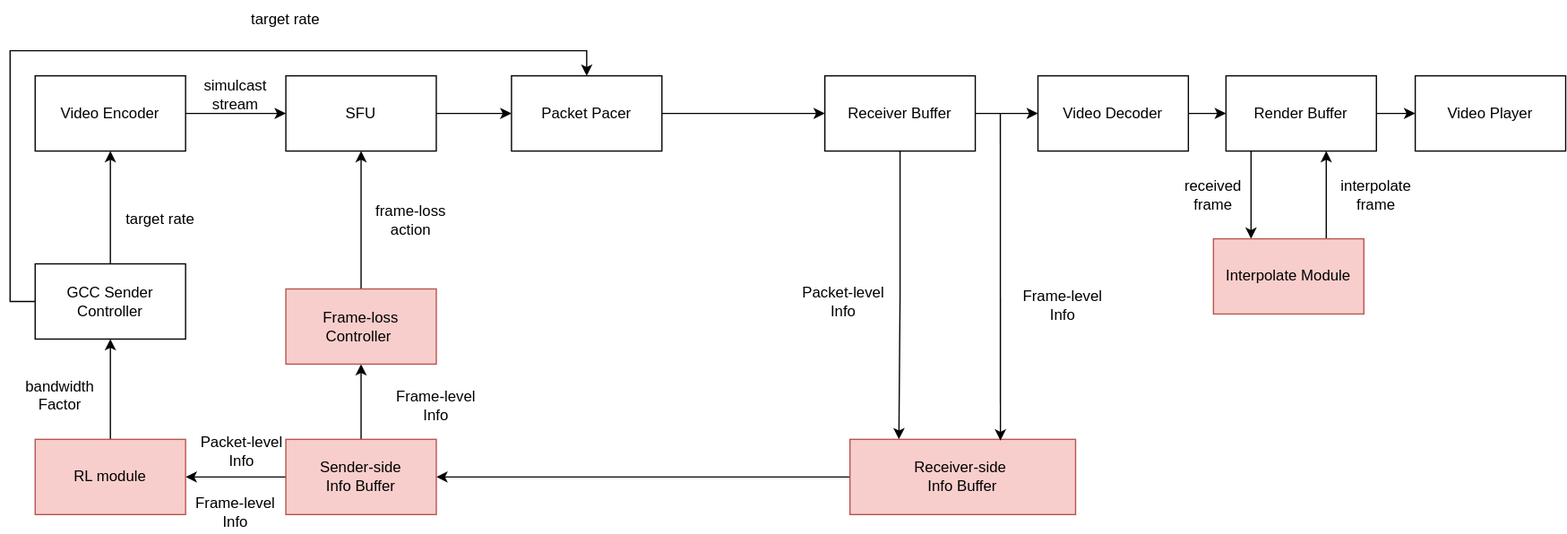
Earlier version of the draw.io export system.drawio.svg (xiaosayin/c-educoder). Source tidied: cells renumbered, new cells last; positions are measured from the earlier drawing's top-left corner, leaving out a move shared by most shapes.
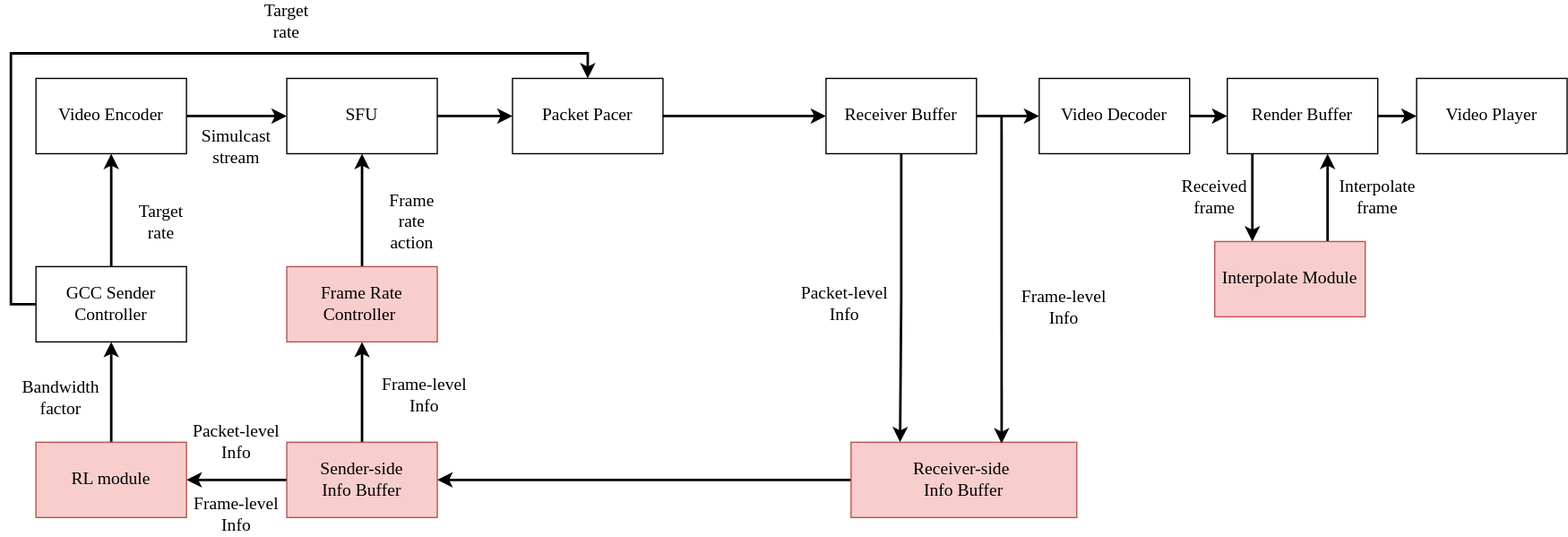
Above is the later version.

Diff of the diagram source:
```diff
@@ -2,28 +2,28 @@
   <root>
     <mxCell id="0" />
     <mxCell id="1" parent="0" />
-    <mxCell id="2" style="edgeStyle=orthogonalEdgeStyle;rounded=0;jettySize=auto;html=1;" parent="1" edge="1" source="3" target="5">
+    <mxCell id="2" style="edgeStyle=orthogonalEdgeStyle;rounded=0;jettySize=auto;html=1;strokeWidth=2;" parent="1" edge="1" source="3" target="5">
       <mxGeometry relative="1" as="geometry" />
     </mxCell>
-    <mxCell id="3" value="Video Encoder" style="rounded=0;whiteSpace=wrap;html=1;" parent="1" vertex="1">
+    <mxCell id="3" value="&lt;font style=&quot;font-size: 14px;&quot; face=&quot;Times New Roman&quot;&gt;Video Encoder&lt;/font&gt;" style="rounded=0;whiteSpace=wrap;html=1;" parent="1" vertex="1">
       <mxGeometry x="10" y="60" width="120" height="60" as="geometry" />
     </mxCell>
-    <mxCell id="4" style="edgeStyle=orthogonalEdgeStyle;rounded=0;jettySize=auto;html=1;" parent="1" edge="1" source="5" target="8">
+    <mxCell id="4" style="edgeStyle=orthogonalEdgeStyle;rounded=0;jettySize=auto;html=1;strokeWidth=2;" parent="1" edge="1" source="5" target="8">
       <mxGeometry relative="1" as="geometry" />
     </mxCell>
-    <mxCell id="5" value="SFU" style="rounded=0;whiteSpace=wrap;html=1;" parent="1" vertex="1">
+    <mxCell id="5" value="&lt;font face=&quot;Times New Roman&quot; style=&quot;font-size: 14px;&quot;&gt;SFU&lt;/font&gt;" style="rounded=0;whiteSpace=wrap;html=1;" parent="1" vertex="1">
       <mxGeometry x="210" y="60" width="120" height="60" as="geometry" />
     </mxCell>
-    <mxCell id="6" value="simulcast stream" style="text;html=1;strokeColor=none;fillColor=none;align=center;verticalAlign=middle;whiteSpace=wrap;rounded=0;" parent="1" vertex="1">
-      <mxGeometry x="140" y="60" width="60" height="30" as="geometry" />
+    <mxCell id="6" value="&lt;font style=&quot;font-size: 14px;&quot; face=&quot;Times New Roman&quot;&gt;Simulcast stream&lt;/font&gt;" style="text;html=1;strokeColor=none;fillColor=none;align=center;verticalAlign=middle;whiteSpace=wrap;rounded=0;" parent="1" vertex="1">
+      <mxGeometry x="140" y="100" width="60" height="30" as="geometry" />
     </mxCell>
-    <mxCell id="7" style="edgeStyle=orthogonalEdgeStyle;rounded=0;jettySize=auto;html=1;exitX=1;exitY=0.5;exitDx=0;exitDy=0;" parent="1" edge="1" source="8" target="11">
+    <mxCell id="7" style="edgeStyle=orthogonalEdgeStyle;rounded=0;jettySize=auto;html=1;exitX=1;exitY=0.5;exitDx=0;exitDy=0;strokeWidth=2;" parent="1" edge="1" source="8" target="11">
       <mxGeometry relative="1" as="geometry" />
     </mxCell>
-    <mxCell id="8" value="Packet Pacer" style="rounded=0;whiteSpace=wrap;html=1;" parent="1" vertex="1">
+    <mxCell id="8" value="&lt;font style=&quot;font-size: 14px;&quot; face=&quot;Times New Roman&quot;&gt;Packet Pacer&lt;/font&gt;" style="rounded=0;whiteSpace=wrap;html=1;" parent="1" vertex="1">
       <mxGeometry x="390" y="60" width="120" height="60" as="geometry" />
     </mxCell>
-    <mxCell id="9" style="edgeStyle=orthogonalEdgeStyle;rounded=0;jettySize=auto;html=1;" parent="1" edge="1" source="11" target="13">
+    <mxCell id="9" style="edgeStyle=orthogonalEdgeStyle;rounded=0;jettySize=auto;html=1;strokeWidth=2;" parent="1" edge="1" source="11" target="13">
       <mxGeometry relative="1" as="geometry">
         <Array as="points">
           <mxPoint x="790" y="90" />
@@ -31,19 +31,19 @@
         </Array>
       </mxGeometry>
     </mxCell>
-    <mxCell id="10" style="edgeStyle=orthogonalEdgeStyle;rounded=0;jettySize=auto;html=1;exitX=0.5;exitY=1;exitDx=0;exitDy=0;entryX=0.217;entryY=0;entryDx=0;entryDy=0;entryPerimeter=0;" parent="1" edge="1" source="11" target="23">
+    <mxCell id="10" style="edgeStyle=orthogonalEdgeStyle;rounded=0;jettySize=auto;html=1;exitX=0.5;exitY=1;exitDx=0;exitDy=0;entryX=0.217;entryY=0;entryDx=0;entryDy=0;entryPerimeter=0;strokeWidth=2;" parent="1" edge="1" source="11" target="23">
       <mxGeometry relative="1" as="geometry" />
     </mxCell>
-    <mxCell id="11" value="Receiver Buffer" style="rounded=0;whiteSpace=wrap;html=1;" parent="1" vertex="1">
+    <mxCell id="11" value="&lt;font face=&quot;Times New Roman&quot; style=&quot;font-size: 14px;&quot;&gt;Receiver Buffer&lt;/font&gt;" style="rounded=0;whiteSpace=wrap;html=1;" parent="1" vertex="1">
       <mxGeometry x="640" y="60" width="120" height="60" as="geometry" />
     </mxCell>
-    <mxCell id="12" style="edgeStyle=orthogonalEdgeStyle;rounded=0;jettySize=auto;html=1;" parent="1" edge="1" source="13" target="16">
+    <mxCell id="12" style="edgeStyle=orthogonalEdgeStyle;rounded=0;jettySize=auto;html=1;strokeWidth=2;" parent="1" edge="1" source="13" target="16">
       <mxGeometry relative="1" as="geometry" />
     </mxCell>
-    <mxCell id="13" value="Video Decoder" style="rounded=0;whiteSpace=wrap;html=1;" parent="1" vertex="1">
+    <mxCell id="13" value="&lt;font style=&quot;font-size: 14px;&quot; face=&quot;Times New Roman&quot;&gt;Video Decoder&lt;/font&gt;" style="rounded=0;whiteSpace=wrap;html=1;" parent="1" vertex="1">
       <mxGeometry x="810" y="60" width="120" height="60" as="geometry" />
     </mxCell>
-    <mxCell id="14" style="edgeStyle=orthogonalEdgeStyle;rounded=0;jettySize=auto;html=1;" parent="1" edge="1" source="16" target="18">
+    <mxCell id="14" style="edgeStyle=orthogonalEdgeStyle;rounded=0;jettySize=auto;html=1;strokeWidth=2;" parent="1" edge="1" source="16" target="18">
       <mxGeometry relative="1" as="geometry">
         <Array as="points">
           <mxPoint x="980" y="150" />
@@ -51,13 +51,13 @@
         </Array>
       </mxGeometry>
     </mxCell>
-    <mxCell id="15" style="edgeStyle=orthogonalEdgeStyle;rounded=0;jettySize=auto;html=1;" parent="1" edge="1" source="16" target="21">
+    <mxCell id="15" style="edgeStyle=orthogonalEdgeStyle;rounded=0;jettySize=auto;html=1;strokeWidth=2;" parent="1" edge="1" source="16" target="21">
       <mxGeometry relative="1" as="geometry" />
     </mxCell>
-    <mxCell id="16" value="Render Buffer" style="rounded=0;whiteSpace=wrap;html=1;" parent="1" vertex="1">
+    <mxCell id="16" value="&lt;font face=&quot;Times New Roman&quot; style=&quot;font-size: 14px;&quot;&gt;Render Buffer&lt;/font&gt;" style="rounded=0;whiteSpace=wrap;html=1;" parent="1" vertex="1">
       <mxGeometry x="960" y="60" width="120" height="60" as="geometry" />
     </mxCell>
-    <mxCell id="17" style="edgeStyle=orthogonalEdgeStyle;rounded=0;jettySize=auto;html=1;" parent="1" edge="1" source="18" target="16">
+    <mxCell id="17" style="edgeStyle=orthogonalEdgeStyle;rounded=0;jettySize=auto;html=1;strokeWidth=2;" parent="1" edge="1" source="18" target="16">
       <mxGeometry relative="1" as="geometry">
         <Array as="points">
           <mxPoint x="1040" y="150" />
@@ -65,84 +65,84 @@
         </Array>
       </mxGeometry>
     </mxCell>
-    <mxCell id="18" value="Interpolate Module" style="whiteSpace=wrap;html=1;rounded=0;fillColor=#f8cecc;strokeColor=#b85450;" parent="1" vertex="1">
+    <mxCell id="18" value="&lt;font face=&quot;Times New Roman&quot; style=&quot;font-size: 14px;&quot;&gt;Interpolate Module&lt;/font&gt;" style="whiteSpace=wrap;html=1;rounded=0;fillColor=#f8cecc;strokeColor=#b85450;" parent="1" vertex="1">
       <mxGeometry x="950" y="190" width="120" height="60" as="geometry" />
     </mxCell>
-    <mxCell id="19" value="received frame" style="text;html=1;strokeColor=none;fillColor=none;align=center;verticalAlign=middle;whiteSpace=wrap;rounded=0;" parent="1" vertex="1">
+    <mxCell id="19" value="&lt;font face=&quot;Times New Roman&quot; style=&quot;font-size: 14px;&quot;&gt;Received frame&lt;/font&gt;" style="text;html=1;strokeColor=none;fillColor=none;align=center;verticalAlign=middle;whiteSpace=wrap;rounded=0;" parent="1" vertex="1">
       <mxGeometry x="920" y="140" width="60" height="30" as="geometry" />
     </mxCell>
-    <mxCell id="20" value="interpolate frame" style="text;html=1;strokeColor=none;fillColor=none;align=center;verticalAlign=middle;whiteSpace=wrap;rounded=0;" parent="1" vertex="1">
+    <mxCell id="20" value="&lt;font style=&quot;font-size: 14px;&quot; face=&quot;Times New Roman&quot;&gt;Interpolate frame&lt;/font&gt;" style="text;html=1;strokeColor=none;fillColor=none;align=center;verticalAlign=middle;whiteSpace=wrap;rounded=0;" parent="1" vertex="1">
       <mxGeometry x="1050" y="140" width="60" height="30" as="geometry" />
     </mxCell>
-    <mxCell id="21" value="Video Player" style="whiteSpace=wrap;html=1;rounded=0;" parent="1" vertex="1">
+    <mxCell id="21" value="&lt;font style=&quot;font-size: 14px;&quot; face=&quot;Times New Roman&quot;&gt;Video Player&lt;/font&gt;" style="whiteSpace=wrap;html=1;rounded=0;" parent="1" vertex="1">
       <mxGeometry x="1111" y="60" width="120" height="60" as="geometry" />
     </mxCell>
-    <mxCell id="22" style="edgeStyle=orthogonalEdgeStyle;rounded=0;jettySize=auto;html=1;exitX=0;exitY=0.5;exitDx=0;exitDy=0;" parent="1" edge="1" source="23" target="29">
+    <mxCell id="22" style="edgeStyle=orthogonalEdgeStyle;rounded=0;jettySize=auto;html=1;exitX=0;exitY=0.5;exitDx=0;exitDy=0;strokeWidth=2;" parent="1" edge="1" source="23" target="29">
       <mxGeometry relative="1" as="geometry" />
     </mxCell>
-    <mxCell id="23" value="Receiver-side&amp;nbsp;&lt;br&gt;Info Buffer" style="rounded=0;whiteSpace=wrap;html=1;fillColor=#f8cecc;strokeColor=#b85450;" parent="1" vertex="1">
+    <mxCell id="23" value="&lt;font style=&quot;font-size: 14px;&quot; face=&quot;Times New Roman&quot;&gt;Receiver-side&amp;nbsp;&lt;br&gt;Info Buffer&lt;/font&gt;" style="rounded=0;whiteSpace=wrap;html=1;fillColor=#f8cecc;strokeColor=#b85450;" parent="1" vertex="1">
       <mxGeometry x="660" y="350" width="180" height="60" as="geometry" />
     </mxCell>
-    <mxCell id="24" value="Packet-level&lt;br&gt;Info" style="text;html=1;strokeColor=none;fillColor=none;align=center;verticalAlign=middle;whiteSpace=wrap;rounded=0;" parent="1" vertex="1">
+    <mxCell id="24" value="&lt;font face=&quot;Times New Roman&quot; style=&quot;font-size: 14px;&quot;&gt;Packet-level&lt;br&gt;Info&lt;/font&gt;" style="text;html=1;strokeColor=none;fillColor=none;align=center;verticalAlign=middle;whiteSpace=wrap;rounded=0;" parent="1" vertex="1">
       <mxGeometry x="610" y="220" width="90" height="40" as="geometry" />
     </mxCell>
-    <mxCell id="25" value="Frame-level&lt;br&gt;Info" style="text;html=1;strokeColor=none;fillColor=none;align=center;verticalAlign=middle;whiteSpace=wrap;rounded=0;" parent="1" vertex="1">
+    <mxCell id="25" value="&lt;font face=&quot;Times New Roman&quot; style=&quot;font-size: 14px;&quot;&gt;Frame-level&lt;br&gt;Info&lt;/font&gt;" style="text;html=1;strokeColor=none;fillColor=none;align=center;verticalAlign=middle;whiteSpace=wrap;rounded=0;" parent="1" vertex="1">
       <mxGeometry x="780" y="225" width="100" height="35" as="geometry" />
     </mxCell>
-    <mxCell id="26" style="endArrow=classic;html=1;rounded=0;entryX=0.667;entryY=0.017;entryDx=0;entryDy=0;entryPerimeter=0;" parent="1" edge="1" target="23">
+    <mxCell id="26" style="endArrow=classic;html=1;rounded=0;entryX=0.667;entryY=0.017;entryDx=0;entryDy=0;entryPerimeter=0;strokeWidth=2;" parent="1" edge="1" target="23">
       <mxGeometry relative="1" as="geometry">
         <mxPoint x="780" y="90" as="sourcePoint" />
       </mxGeometry>
     </mxCell>
-    <mxCell id="27" style="edgeStyle=orthogonalEdgeStyle;rounded=0;jettySize=auto;html=1;" parent="1" edge="1" source="29" target="31">
+    <mxCell id="27" style="edgeStyle=orthogonalEdgeStyle;rounded=0;jettySize=auto;html=1;strokeWidth=2;" parent="1" edge="1" source="29" target="31">
       <mxGeometry relative="1" as="geometry" />
     </mxCell>
-    <mxCell id="28" style="edgeStyle=orthogonalEdgeStyle;rounded=0;jettySize=auto;html=1;" parent="1" edge="1" source="29" target="34">
+    <mxCell id="28" style="edgeStyle=orthogonalEdgeStyle;rounded=0;jettySize=auto;html=1;strokeWidth=2;" parent="1" edge="1" source="29" target="34">
       <mxGeometry relative="1" as="geometry" />
     </mxCell>
-    <mxCell id="29" value="Sender-side&lt;br&gt;Info Buffer" style="rounded=0;whiteSpace=wrap;html=1;fillColor=#f8cecc;strokeColor=#b85450;" parent="1" vertex="1">
+    <mxCell id="29" value="&lt;font style=&quot;font-size: 14px;&quot; face=&quot;Times New Roman&quot;&gt;Sender-side&lt;br&gt;Info Buffer&lt;/font&gt;" style="rounded=0;whiteSpace=wrap;html=1;fillColor=#f8cecc;strokeColor=#b85450;" parent="1" vertex="1">
       <mxGeometry x="210" y="350" width="120" height="60" as="geometry" />
     </mxCell>
-    <mxCell id="30" style="edgeStyle=orthogonalEdgeStyle;rounded=0;jettySize=auto;html=1;exitX=0.5;exitY=0;exitDx=0;exitDy=0;entryX=0.5;entryY=1;entryDx=0;entryDy=0;" parent="1" edge="1" source="31" target="5">
+    <mxCell id="30" style="edgeStyle=orthogonalEdgeStyle;rounded=0;jettySize=auto;html=1;exitX=0.5;exitY=0;exitDx=0;exitDy=0;entryX=0.5;entryY=1;entryDx=0;entryDy=0;strokeWidth=2;" parent="1" edge="1" source="31" target="5">
       <mxGeometry relative="1" as="geometry" />
     </mxCell>
-    <mxCell id="31" value="Frame-loss Controller&amp;nbsp;" style="rounded=0;whiteSpace=wrap;html=1;fillColor=#f8cecc;strokeColor=#b85450;" parent="1" vertex="1">
-      <mxGeometry x="210" y="230" width="120" height="60" as="geometry" />
+    <mxCell id="31" value="&lt;font style=&quot;font-size: 14px;&quot; face=&quot;Times New Roman&quot;&gt;Frame Rate Controller&amp;nbsp;&lt;/font&gt;" style="rounded=0;whiteSpace=wrap;html=1;fillColor=#f8cecc;strokeColor=#b85450;" parent="1" vertex="1">
+      <mxGeometry x="210" y="210" width="120" height="60" as="geometry" />
     </mxCell>
-    <mxCell id="32" value="Frame-level&lt;br&gt;Info" style="text;html=1;strokeColor=none;fillColor=none;align=center;verticalAlign=middle;whiteSpace=wrap;rounded=0;" parent="1" vertex="1">
-      <mxGeometry x="280" y="305" width="100" height="35" as="geometry" />
+    <mxCell id="32" value="&lt;font face=&quot;Times New Roman&quot; style=&quot;font-size: 14px;&quot;&gt;Frame-level&lt;br&gt;Info&lt;/font&gt;" style="text;html=1;strokeColor=none;fillColor=none;align=center;verticalAlign=middle;whiteSpace=wrap;rounded=0;" parent="1" vertex="1">
+      <mxGeometry x="270" y="295" width="100" height="35" as="geometry" />
     </mxCell>
-    <mxCell id="33" style="edgeStyle=orthogonalEdgeStyle;rounded=0;jettySize=auto;html=1;" parent="1" edge="1" source="34" target="39">
+    <mxCell id="33" style="edgeStyle=orthogonalEdgeStyle;rounded=0;jettySize=auto;html=1;strokeWidth=2;" parent="1" edge="1" source="34" target="39">
       <mxGeometry relative="1" as="geometry" />
     </mxCell>
-    <mxCell id="34" value="RL module" style="whiteSpace=wrap;html=1;rounded=0;fillColor=#f8cecc;strokeColor=#b85450;" parent="1" vertex="1">
+    <mxCell id="34" value="&lt;font style=&quot;font-size: 14px;&quot; face=&quot;Times New Roman&quot;&gt;RL module&lt;/font&gt;" style="whiteSpace=wrap;html=1;rounded=0;fillColor=#f8cecc;strokeColor=#b85450;" parent="1" vertex="1">
       <mxGeometry x="10" y="350" width="120" height="60" as="geometry" />
     </mxCell>
-    <mxCell id="35" value="Frame-level&lt;br&gt;Info" style="text;html=1;strokeColor=none;fillColor=none;align=center;verticalAlign=middle;whiteSpace=wrap;rounded=0;" parent="1" vertex="1">
+    <mxCell id="35" value="&lt;font face=&quot;Times New Roman&quot; style=&quot;font-size: 14px;&quot;&gt;Frame-level&lt;br&gt;Info&lt;/font&gt;" style="text;html=1;strokeColor=none;fillColor=none;align=center;verticalAlign=middle;whiteSpace=wrap;rounded=0;" parent="1" vertex="1">
       <mxGeometry x="120" y="390" width="100" height="35" as="geometry" />
     </mxCell>
-    <mxCell id="36" value="Packet-level&lt;br&gt;Info" style="text;html=1;strokeColor=none;fillColor=none;align=center;verticalAlign=middle;whiteSpace=wrap;rounded=0;" parent="1" vertex="1">
-      <mxGeometry x="130" y="340" width="90" height="40" as="geometry" />
+    <mxCell id="36" value="&lt;font style=&quot;font-size: 14px;&quot; face=&quot;Times New Roman&quot;&gt;Packet-level&lt;br&gt;Info&lt;/font&gt;" style="text;html=1;strokeColor=none;fillColor=none;align=center;verticalAlign=middle;whiteSpace=wrap;rounded=0;" parent="1" vertex="1">
+      <mxGeometry x="125" y="330" width="90" height="40" as="geometry" />
     </mxCell>
-    <mxCell id="37" style="edgeStyle=orthogonalEdgeStyle;rounded=0;jettySize=auto;html=1;entryX=0.5;entryY=1;entryDx=0;entryDy=0;" parent="1" edge="1" source="39" target="3">
+    <mxCell id="37" style="edgeStyle=orthogonalEdgeStyle;rounded=0;jettySize=auto;html=1;entryX=0.5;entryY=1;entryDx=0;entryDy=0;strokeWidth=2;" parent="1" edge="1" source="39" target="3">
       <mxGeometry relative="1" as="geometry" />
     </mxCell>
-    <mxCell id="38" style="edgeStyle=orthogonalEdgeStyle;rounded=0;jettySize=auto;html=1;exitX=0;exitY=0.5;exitDx=0;exitDy=0;entryX=0.5;entryY=0;entryDx=0;entryDy=0;" parent="1" edge="1" source="39" target="8">
+    <mxCell id="38" style="edgeStyle=orthogonalEdgeStyle;rounded=0;jettySize=auto;html=1;exitX=0;exitY=0.5;exitDx=0;exitDy=0;entryX=0.5;entryY=0;entryDx=0;entryDy=0;strokeWidth=2;" parent="1" edge="1" source="39" target="8">
       <mxGeometry relative="1" as="geometry" />
     </mxCell>
-    <mxCell id="39" value="GCC Sender Controller" style="whiteSpace=wrap;html=1;rounded=0;" parent="1" vertex="1">
+    <mxCell id="39" value="&lt;p&gt;&lt;font style=&quot;font-size: 14px;&quot; face=&quot;Times New Roman&quot;&gt;GCC Sender Controller&lt;/font&gt;&lt;/p&gt;" style="whiteSpace=wrap;html=1;rounded=0;" parent="1" vertex="1">
       <mxGeometry x="10" y="210" width="120" height="60" as="geometry" />
     </mxCell>
-    <mxCell id="40" value="bandwidth Factor" style="text;html=1;strokeColor=none;fillColor=none;align=center;verticalAlign=middle;whiteSpace=wrap;rounded=0;" parent="1" vertex="1">
+    <mxCell id="40" value="&lt;font style=&quot;font-size: 14px;&quot; face=&quot;Times New Roman&quot;&gt;Bandwidth factor&lt;/font&gt;" style="text;html=1;strokeColor=none;fillColor=none;align=center;verticalAlign=middle;whiteSpace=wrap;rounded=0;" parent="1" vertex="1">
       <mxGeometry y="300" width="60" height="30" as="geometry" />
     </mxCell>
-    <mxCell id="41" value="target rate" style="text;html=1;strokeColor=none;fillColor=none;align=center;verticalAlign=middle;whiteSpace=wrap;rounded=0;" parent="1" vertex="1">
+    <mxCell id="41" value="&lt;font style=&quot;font-size: 14px;&quot; face=&quot;Times New Roman&quot;&gt;Target rate&lt;/font&gt;" style="text;html=1;strokeColor=none;fillColor=none;align=center;verticalAlign=middle;whiteSpace=wrap;rounded=0;" parent="1" vertex="1">
       <mxGeometry x="80" y="160" width="60" height="30" as="geometry" />
     </mxCell>
-    <mxCell id="42" value="target rate" style="text;html=1;strokeColor=none;fillColor=none;align=center;verticalAlign=middle;whiteSpace=wrap;rounded=0;" parent="1" vertex="1">
+    <mxCell id="42" value="&lt;font face=&quot;Times New Roman&quot; style=&quot;font-size: 14px;&quot;&gt;Target rate&lt;/font&gt;" style="text;html=1;strokeColor=none;fillColor=none;align=center;verticalAlign=middle;whiteSpace=wrap;rounded=0;" parent="1" vertex="1">
       <mxGeometry x="180" width="60" height="30" as="geometry" />
     </mxCell>
-    <mxCell id="43" value="frame-loss action" style="text;html=1;strokeColor=none;fillColor=none;align=center;verticalAlign=middle;whiteSpace=wrap;rounded=0;" parent="1" vertex="1">
+    <mxCell id="43" value="&lt;font face=&quot;Times New Roman&quot; style=&quot;font-size: 14px;&quot;&gt;Frame rate action&lt;/font&gt;" style="text;html=1;strokeColor=none;fillColor=none;align=center;verticalAlign=middle;whiteSpace=wrap;rounded=0;strokeWidth=5;" parent="1" vertex="1">
       <mxGeometry x="280" y="160" width="60" height="30" as="geometry" />
     </mxCell>
   </root>
```
